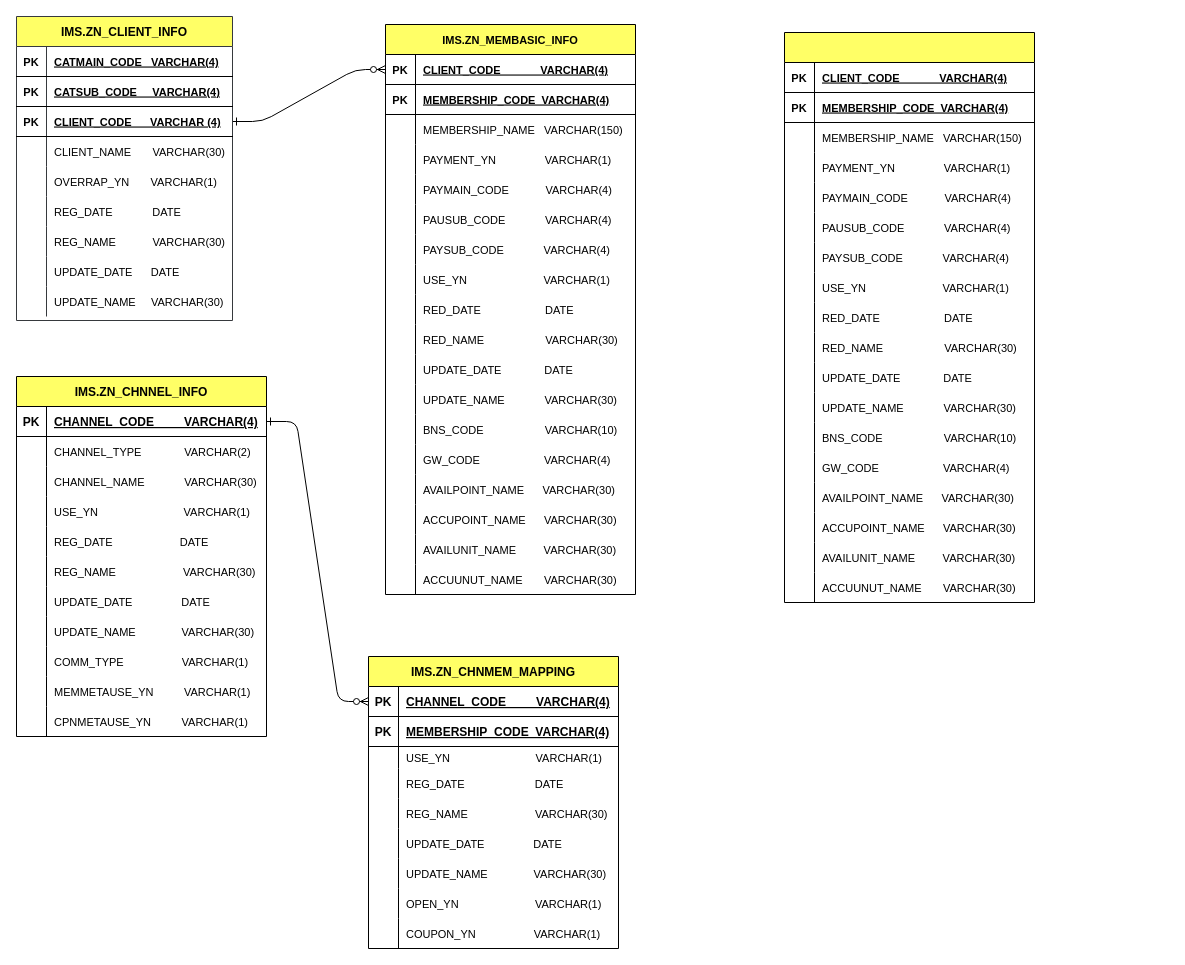
This is Untitled Diagram.drawio from qksl22/Java, a draw.io file, before an edit. Source tidied: cells renumbered, new cells numbered last; positions are measured from the earlier drawing's top-left corner, leaving out a move shared by most shapes. Both pictures are drawn from the tidied source at 100%, with x=0, y=0 at pixel (16, 16).
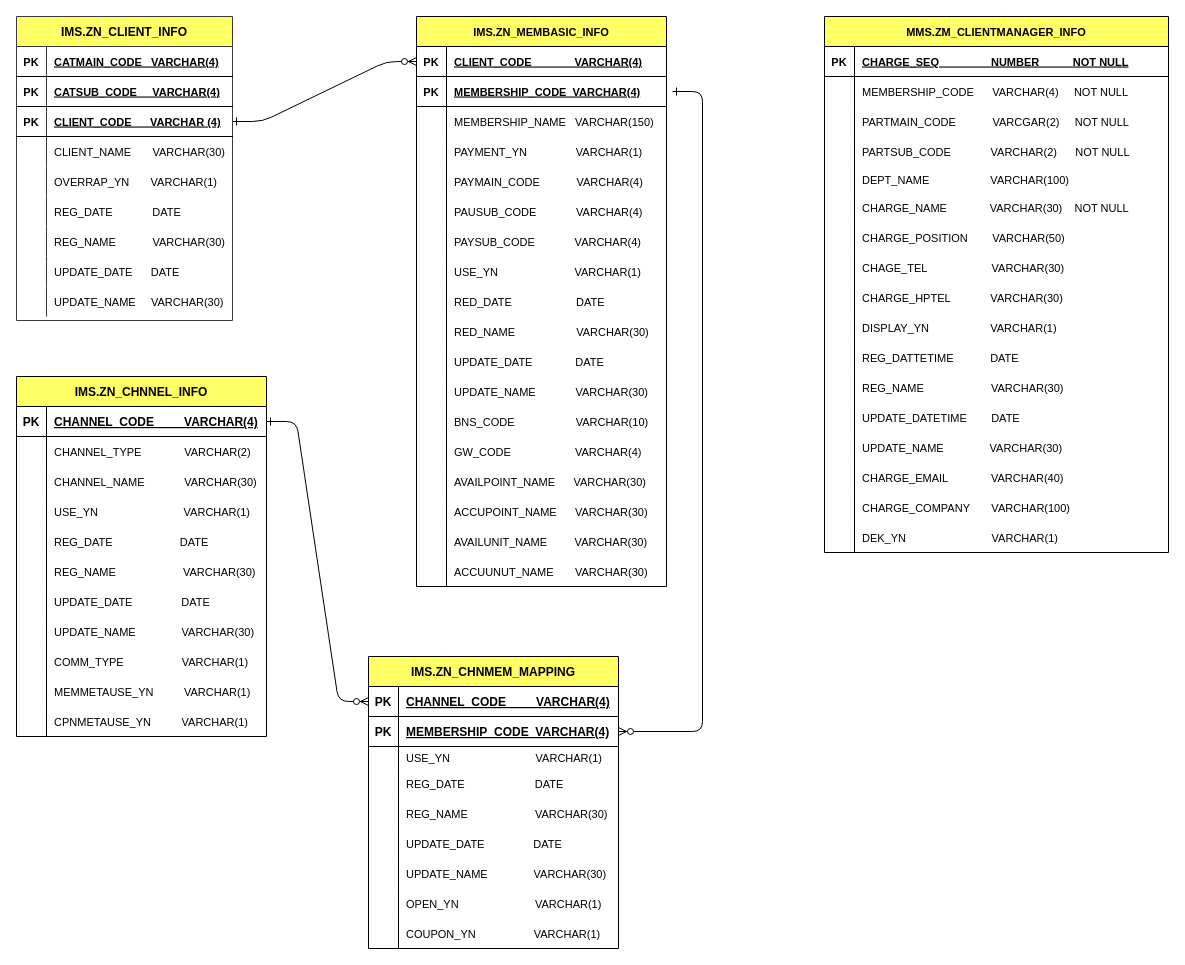
The same diagram, later.

The change refers to these unchanged cells:
```xml
<mxCell id="4" style="shape=partialRectangle;fillColor=none;points=[[0,0.5],[1,0.5]];portConstraint=eastwest;top=0;left=0;right=0;bottom=1;fontSize=11;" parent="3" vertex="1">
  <mxGeometry y="30" width="250" height="30" as="geometry" />
</mxCell>
<mxCell id="90" style="shape=partialRectangle;fillColor=none;points=[[0,0.5],[1,0.5]];portConstraint=eastwest;top=0;left=0;right=0;bottom=1;" parent="86" vertex="1">
  <mxGeometry y="60" width="250" height="30" as="geometry" />
</mxCell>
```

Change to the diagram source:
```diff
@@
     <mxCell id="3" value="IMS.ZN_MEMBASIC_INFO" style="shape=table;startSize=30;childLayout=tableLayout;rowLines=0;fontStyle=1;align=center;fontSize=11;fillColor=#FFFF66;" parent="1" vertex="1">
-      <mxGeometry x="369" y="8" width="250" height="570" as="geometry" />
+      <mxGeometry x="400" width="250" height="570" as="geometry" />
     </mxCell>
@@
-    <mxCell id="6" value="CLIENT_CODE             VARCHAR(4)" style="shape=partialRectangle;overflow=hidden;fillColor=none;top=0;left=0;bottom=0;right=0;align=left;spacingLeft=6;fontStyle=5;fontSize=11;" parent="4" vertex="1">
+    <mxCell id="6" value="CLIENT_CODE              VARCHAR(4)" style="shape=partialRectangle;overflow=hidden;fillColor=none;top=0;left=0;bottom=0;right=0;align=left;spacingLeft=6;fontStyle=5;fontSize=11;" parent="4" vertex="1">
       <mxGeometry x="30" width="220" height="30" as="geometry" />
     </mxCell>
@@
-    <mxCell id="148" style="shape=table;startSize=30;childLayout=tableLayout;rowLines=0;fontStyle=1;align=center;fontSize=11;fillColor=#FFFF66;" parent="1" vertex="1">
-      <mxGeometry x="768" y="16" width="250" height="570" as="geometry" />
+    <mxCell id="148" value="MMS.ZM_CLIENTMANAGER_INFO" style="shape=table;startSize=30;childLayout=tableLayout;rowLines=0;fontStyle=1;align=center;fontSize=11;fillColor=#FFFF66;" parent="1" vertex="1">
+      <mxGeometry x="808" width="344" height="536" as="geometry" />
     </mxCell>
     <mxCell id="149" style="shape=partialRectangle;fillColor=none;top=0;left=0;right=0;bottom=1;fontSize=11;" parent="148" vertex="1">
-      <mxGeometry y="30" width="250" height="30" as="geometry" />
+      <mxGeometry y="30" width="344" height="30" as="geometry" />
     </mxCell>
@@
-    <mxCell id="151" value="CLIENT_CODE             VARCHAR(4)" style="shape=partialRectangle;overflow=hidden;fillColor=none;top=0;left=0;bottom=0;right=0;align=left;spacingLeft=6;fontStyle=5;fontSize=11;" parent="149" vertex="1">
-      <mxGeometry x="30" width="220" height="30" as="geometry" />
+    <mxCell id="151" value="CHARGE_SEQ                 NUMBER           NOT NULL" style="shape=partialRectangle;overflow=hidden;fillColor=none;top=0;left=0;bottom=0;right=0;align=left;spacingLeft=6;fontStyle=5;fontSize=11;" parent="149" vertex="1">
+      <mxGeometry x="30" width="314" height="30" as="geometry" />
     </mxCell>
-    <mxCell id="152" style="shape=partialRectangle;fillColor=none;top=0;left=0;right=0;bottom=1;fontSize=11;" parent="148" vertex="1">
-      <mxGeometry y="60" width="250" height="30" as="geometry" />
-    </mxCell>
-    <mxCell id="153" value="PK" style="shape=partialRectangle;overflow=hidden;fillColor=none;top=0;left=0;bottom=0;right=0;fontStyle=1;fontSize=11;" parent="152" vertex="1">
-      <mxGeometry width="30" height="30" as="geometry" />
-    </mxCell>
-    <mxCell id="154" value="MEMBERSHIP_CODE  VARCHAR(4)" style="shape=partialRectangle;overflow=hidden;fillColor=none;top=0;left=0;bottom=0;right=0;align=left;spacingLeft=6;fontStyle=5;fontSize=11;" parent="152" vertex="1">
-      <mxGeometry x="30" width="220" height="30" as="geometry" />
-    </mxCell>
     <mxCell id="155" style="shape=partialRectangle;fillColor=none;top=0;left=0;right=0;bottom=0;fontSize=11;" parent="148" vertex="1">
-      <mxGeometry y="90" width="250" height="30" as="geometry" />
+      <mxGeometry y="60" width="344" height="30" as="geometry" />
     </mxCell>
@@
-    <mxCell id="157" value="MEMBERSHIP_NAME   VARCHAR(150)" style="shape=partialRectangle;overflow=hidden;fillColor=none;top=0;left=0;bottom=0;right=0;align=left;spacingLeft=6;fontSize=11;" parent="155" vertex="1">
-      <mxGeometry x="30" width="220" height="30" as="geometry" />
+    <mxCell id="157" value="MEMBERSHIP_CODE      VARCHAR(4)     NOT NULL" style="shape=partialRectangle;overflow=hidden;fillColor=none;top=0;left=0;bottom=0;right=0;align=left;spacingLeft=6;fontSize=11;" parent="155" vertex="1">
+      <mxGeometry x="30" width="314" height="30" as="geometry" />
     </mxCell>
     <mxCell id="158" style="shape=partialRectangle;fillColor=none;top=0;left=0;right=0;bottom=0;fontSize=11;" parent="148" vertex="1">
-      <mxGeometry y="120" width="250" height="30" as="geometry" />
+      <mxGeometry y="90" width="344" height="30" as="geometry" />
     </mxCell>
@@
-    <mxCell id="160" value="PAYMENT_YN                VARCHAR(1)" style="shape=partialRectangle;overflow=hidden;fillColor=none;top=0;left=0;bottom=0;right=0;align=left;spacingLeft=6;fontSize=11;" parent="158" vertex="1">
-      <mxGeometry x="30" width="220" height="30" as="geometry" />
+    <mxCell id="160" value="PARTMAIN_CODE            VARCGAR(2)     NOT NULL" style="shape=partialRectangle;overflow=hidden;fillColor=none;top=0;left=0;bottom=0;right=0;align=left;spacingLeft=6;fontSize=11;" parent="158" vertex="1">
+      <mxGeometry x="30" width="314" height="30" as="geometry" />
     </mxCell>
     <mxCell id="161" style="shape=partialRectangle;fillColor=none;top=0;left=0;right=0;bottom=0;fontSize=11;" parent="148" vertex="1">
-      <mxGeometry y="150" width="250" height="30" as="geometry" />
+      <mxGeometry y="120" width="344" height="30" as="geometry" />
     </mxCell>
@@
-    <mxCell id="163" value="PAYMAIN_CODE            VARCHAR(4)" style="shape=partialRectangle;overflow=hidden;fillColor=none;top=0;left=0;bottom=0;right=0;align=left;spacingLeft=6;fontSize=11;" parent="161" vertex="1">
-      <mxGeometry x="30" width="220" height="30" as="geometry" />
+    <mxCell id="163" value="PARTSUB_CODE             VARCHAR(2)      NOT NULL" style="shape=partialRectangle;overflow=hidden;fillColor=none;top=0;left=0;bottom=0;right=0;align=left;spacingLeft=6;fontSize=11;" parent="161" vertex="1">
+      <mxGeometry x="30" width="314" height="30" as="geometry" />
     </mxCell>
     <mxCell id="164" style="shape=partialRectangle;fillColor=none;top=0;left=0;right=0;bottom=0;fontSize=11;" parent="148" vertex="1">
-      <mxGeometry y="180" width="250" height="30" as="geometry" />
+      <mxGeometry y="150" width="344" height="26" as="geometry" />
     </mxCell>
     <mxCell id="165" style="shape=partialRectangle;overflow=hidden;fillColor=none;top=0;left=0;bottom=0;right=0;fontSize=11;" parent="164" vertex="1">
-      <mxGeometry width="30" height="30" as="geometry" />
+      <mxGeometry width="30" height="26" as="geometry" />
     </mxCell>
-    <mxCell id="166" value="PAUSUB_CODE             VARCHAR(4)" style="shape=partialRectangle;overflow=hidden;fillColor=none;top=0;left=0;bottom=0;right=0;align=left;spacingLeft=6;fontSize=11;" parent="164" vertex="1">
-      <mxGeometry x="30" width="220" height="30" as="geometry" />
+    <mxCell id="166" value="DEPT_NAME                    VARCHAR(100)" style="shape=partialRectangle;overflow=hidden;fillColor=none;top=0;left=0;bottom=0;right=0;align=left;spacingLeft=6;fontSize=11;" parent="164" vertex="1">
+      <mxGeometry x="30" width="314" height="26" as="geometry" />
     </mxCell>
     <mxCell id="167" style="shape=partialRectangle;fillColor=none;top=0;left=0;right=0;bottom=0;fontSize=11;" parent="148" vertex="1">
-      <mxGeometry y="210" width="250" height="30" as="geometry" />
+      <mxGeometry y="176" width="344" height="30" as="geometry" />
     </mxCell>
@@
-    <mxCell id="169" value="PAYSUB_CODE             VARCHAR(4)" style="shape=partialRectangle;overflow=hidden;fillColor=none;top=0;left=0;bottom=0;right=0;align=left;spacingLeft=6;fontSize=11;" parent="167" vertex="1">
-      <mxGeometry x="30" width="220" height="30" as="geometry" />
+    <mxCell id="169" value="CHARGE_NAME              VARCHAR(30)    NOT NULL" style="shape=partialRectangle;overflow=hidden;fillColor=none;top=0;left=0;bottom=0;right=0;align=left;spacingLeft=6;fontSize=11;" parent="167" vertex="1">
+      <mxGeometry x="30" width="314" height="30" as="geometry" />
     </mxCell>
     <mxCell id="170" style="shape=partialRectangle;fillColor=none;top=0;left=0;right=0;bottom=0;fontSize=11;" parent="148" vertex="1">
-      <mxGeometry y="240" width="250" height="30" as="geometry" />
+      <mxGeometry y="206" width="344" height="30" as="geometry" />
     </mxCell>
@@
-    <mxCell id="172" value="USE_YN                         VARCHAR(1)" style="shape=partialRectangle;overflow=hidden;fillColor=none;top=0;left=0;bottom=0;right=0;align=left;spacingLeft=6;fontSize=11;" parent="170" vertex="1">
-      <mxGeometry x="30" width="220" height="30" as="geometry" />
+    <mxCell id="172" value="CHARGE_POSITION        VARCHAR(50)" style="shape=partialRectangle;overflow=hidden;fillColor=none;top=0;left=0;bottom=0;right=0;align=left;spacingLeft=6;fontSize=11;" parent="170" vertex="1">
+      <mxGeometry x="30" width="314" height="30" as="geometry" />
     </mxCell>
     <mxCell id="173" style="shape=partialRectangle;fillColor=none;top=0;left=0;right=0;bottom=0;fontSize=11;" parent="148" vertex="1">
-      <mxGeometry y="270" width="250" height="30" as="geometry" />
+      <mxGeometry y="236" width="344" height="30" as="geometry" />
     </mxCell>
@@
-    <mxCell id="175" value="RED_DATE                     DATE" style="shape=partialRectangle;overflow=hidden;fillColor=none;top=0;left=0;bottom=0;right=0;align=left;spacingLeft=6;fontSize=11;" parent="173" vertex="1">
-      <mxGeometry x="30" width="220" height="30" as="geometry" />
+    <mxCell id="175" value="CHAGE_TEL                     VARCHAR(30)" style="shape=partialRectangle;overflow=hidden;fillColor=none;top=0;left=0;bottom=0;right=0;align=left;spacingLeft=6;fontSize=11;" parent="173" vertex="1">
+      <mxGeometry x="30" width="314" height="30" as="geometry" />
     </mxCell>
     <mxCell id="176" style="shape=partialRectangle;fillColor=none;top=0;left=0;right=0;bottom=0;fontSize=11;" parent="148" vertex="1">
-      <mxGeometry y="300" width="250" height="30" as="geometry" />
+      <mxGeometry y="266" width="344" height="30" as="geometry" />
     </mxCell>
@@
-    <mxCell id="178" value="RED_NAME                    VARCHAR(30)" style="shape=partialRectangle;overflow=hidden;fillColor=none;top=0;left=0;bottom=0;right=0;align=left;spacingLeft=6;fontSize=11;" parent="176" vertex="1">
-      <mxGeometry x="30" width="220" height="30" as="geometry" />
+    <mxCell id="178" value="CHARGE_HPTEL             VARCHAR(30)" style="shape=partialRectangle;overflow=hidden;fillColor=none;top=0;left=0;bottom=0;right=0;align=left;spacingLeft=6;fontSize=11;" parent="176" vertex="1">
+      <mxGeometry x="30" width="314" height="30" as="geometry" />
     </mxCell>
     <mxCell id="179" style="shape=partialRectangle;fillColor=none;top=0;left=0;right=0;bottom=0;fontSize=11;" parent="148" vertex="1">
-      <mxGeometry y="330" width="250" height="30" as="geometry" />
+      <mxGeometry y="296" width="344" height="30" as="geometry" />
     </mxCell>
@@
-    <mxCell id="181" value="UPDATE_DATE              DATE" style="shape=partialRectangle;overflow=hidden;fillColor=none;top=0;left=0;bottom=0;right=0;align=left;spacingLeft=6;fontSize=11;" parent="179" vertex="1">
-      <mxGeometry x="30" width="220" height="30" as="geometry" />
+    <mxCell id="181" value="DISPLAY_YN                    VARCHAR(1)" style="shape=partialRectangle;overflow=hidden;fillColor=none;top=0;left=0;bottom=0;right=0;align=left;spacingLeft=6;fontSize=11;" parent="179" vertex="1">
+      <mxGeometry x="30" width="314" height="30" as="geometry" />
     </mxCell>
     <mxCell id="182" style="shape=partialRectangle;fillColor=none;top=0;left=0;right=0;bottom=0;fontSize=11;" parent="148" vertex="1">
-      <mxGeometry y="360" width="250" height="30" as="geometry" />
+      <mxGeometry y="326" width="344" height="30" as="geometry" />
     </mxCell>
@@
-    <mxCell id="184" value="UPDATE_NAME             VARCHAR(30)" style="shape=partialRectangle;overflow=hidden;fillColor=none;top=0;left=0;bottom=0;right=0;align=left;spacingLeft=6;fontSize=11;" parent="182" vertex="1">
-      <mxGeometry x="30" width="220" height="30" as="geometry" />
+    <mxCell id="184" value="REG_DATTETIME            DATE" style="shape=partialRectangle;overflow=hidden;fillColor=none;top=0;left=0;bottom=0;right=0;align=left;spacingLeft=6;fontSize=11;" parent="182" vertex="1">
+      <mxGeometry x="30" width="314" height="30" as="geometry" />
     </mxCell>
     <mxCell id="185" style="shape=partialRectangle;fillColor=none;top=0;left=0;right=0;bottom=0;fontSize=11;" parent="148" vertex="1">
-      <mxGeometry y="390" width="250" height="30" as="geometry" />
+      <mxGeometry y="356" width="344" height="30" as="geometry" />
     </mxCell>
@@
-    <mxCell id="187" value="BNS_CODE                    VARCHAR(10)" style="shape=partialRectangle;overflow=hidden;fillColor=none;top=0;left=0;bottom=0;right=0;align=left;spacingLeft=6;fontSize=11;" parent="185" vertex="1">
-      <mxGeometry x="30" width="220" height="30" as="geometry" />
+    <mxCell id="187" value="REG_NAME                      VARCHAR(30)" style="shape=partialRectangle;overflow=hidden;fillColor=none;top=0;left=0;bottom=0;right=0;align=left;spacingLeft=6;fontSize=11;" parent="185" vertex="1">
+      <mxGeometry x="30" width="314" height="30" as="geometry" />
     </mxCell>
     <mxCell id="188" style="shape=partialRectangle;fillColor=none;top=0;left=0;right=0;bottom=0;fontSize=11;" parent="148" vertex="1">
-      <mxGeometry y="420" width="250" height="30" as="geometry" />
+      <mxGeometry y="386" width="344" height="30" as="geometry" />
     </mxCell>
@@
-    <mxCell id="190" value="GW_CODE                     VARCHAR(4)" style="shape=partialRectangle;overflow=hidden;fillColor=none;top=0;left=0;bottom=0;right=0;align=left;spacingLeft=6;fontSize=11;" parent="188" vertex="1">
-      <mxGeometry x="30" width="220" height="30" as="geometry" />
+    <mxCell id="190" value="UPDATE_DATETIME        DATE" style="shape=partialRectangle;overflow=hidden;fillColor=none;top=0;left=0;bottom=0;right=0;align=left;spacingLeft=6;fontSize=11;" parent="188" vertex="1">
+      <mxGeometry x="30" width="314" height="30" as="geometry" />
     </mxCell>
     <mxCell id="191" style="shape=partialRectangle;fillColor=none;top=0;left=0;right=0;bottom=0;fontSize=11;" parent="148" vertex="1">
-      <mxGeometry y="450" width="250" height="30" as="geometry" />
+      <mxGeometry y="416" width="344" height="30" as="geometry" />
     </mxCell>
@@
-    <mxCell id="193" value="AVAILPOINT_NAME      VARCHAR(30)" style="shape=partialRectangle;overflow=hidden;fillColor=none;top=0;left=0;bottom=0;right=0;align=left;spacingLeft=6;fontSize=11;" parent="191" vertex="1">
-      <mxGeometry x="30" width="220" height="30" as="geometry" />
+    <mxCell id="193" value="UPDATE_NAME               VARCHAR(30)" style="shape=partialRectangle;overflow=hidden;fillColor=none;top=0;left=0;bottom=0;right=0;align=left;spacingLeft=6;fontSize=11;" parent="191" vertex="1">
+      <mxGeometry x="30" width="314" height="30" as="geometry" />
     </mxCell>
     <mxCell id="194" style="shape=partialRectangle;fillColor=none;top=0;left=0;right=0;bottom=0;fontSize=11;" parent="148" vertex="1">
-      <mxGeometry y="480" width="250" height="30" as="geometry" />
+      <mxGeometry y="446" width="344" height="30" as="geometry" />
     </mxCell>
@@
-    <mxCell id="196" value="ACCUPOINT_NAME      VARCHAR(30)" style="shape=partialRectangle;overflow=hidden;fillColor=none;top=0;left=0;bottom=0;right=0;align=left;spacingLeft=6;fontSize=11;" parent="194" vertex="1">
-      <mxGeometry x="30" width="220" height="30" as="geometry" />
+    <mxCell id="196" value="CHARGE_EMAIL              VARCHAR(40)" style="shape=partialRectangle;overflow=hidden;fillColor=none;top=0;left=0;bottom=0;right=0;align=left;spacingLeft=6;fontSize=11;" parent="194" vertex="1">
+      <mxGeometry x="30" width="314" height="30" as="geometry" />
     </mxCell>
     <mxCell id="197" style="shape=partialRectangle;fillColor=none;top=0;left=0;right=0;bottom=0;fontSize=11;" parent="148" vertex="1">
-      <mxGeometry y="510" width="250" height="30" as="geometry" />
+      <mxGeometry y="476" width="344" height="30" as="geometry" />
     </mxCell>
@@
-    <mxCell id="199" value="AVAILUNIT_NAME         VARCHAR(30)" style="shape=partialRectangle;overflow=hidden;fillColor=none;top=0;left=0;bottom=0;right=0;align=left;spacingLeft=6;fontSize=11;" parent="197" vertex="1">
-      <mxGeometry x="30" width="220" height="30" as="geometry" />
+    <mxCell id="199" value="CHARGE_COMPANY       VARCHAR(100)" style="shape=partialRectangle;overflow=hidden;fillColor=none;top=0;left=0;bottom=0;right=0;align=left;spacingLeft=6;fontSize=11;" parent="197" vertex="1">
+      <mxGeometry x="30" width="314" height="30" as="geometry" />
     </mxCell>
     <mxCell id="200" style="shape=partialRectangle;fillColor=none;top=0;left=0;right=0;bottom=0;fontSize=11;" parent="148" vertex="1">
-      <mxGeometry y="540" width="250" height="30" as="geometry" />
+      <mxGeometry y="506" width="344" height="30" as="geometry" />
     </mxCell>
@@
-    <mxCell id="202" value="ACCUUNUT_NAME       VARCHAR(30)" style="shape=partialRectangle;overflow=hidden;fillColor=none;top=0;left=0;bottom=0;right=0;align=left;spacingLeft=6;fontSize=11;" parent="200" vertex="1">
-      <mxGeometry x="30" width="220" height="30" as="geometry" />
+    <mxCell id="202" value="DEK_YN                            VARCHAR(1)" style="shape=partialRectangle;overflow=hidden;fillColor=none;top=0;left=0;bottom=0;right=0;align=left;spacingLeft=6;fontSize=11;" parent="200" vertex="1">
+      <mxGeometry x="30" width="314" height="30" as="geometry" />
     </mxCell>
@@
+    <mxCell id="204" style="edgeStyle=entityRelationEdgeStyle;endArrow=ERzeroToMany;startArrow=ERone;endFill=1;startFill=0;fontSize=11;entryX=1;entryY=0.5;entryDx=0;entryDy=0;" parent="1" edge="1" target="90">
+      <mxGeometry relative="1" as="geometry">
+        <mxPoint x="656" y="75" as="sourcePoint" />
+      </mxGeometry>
+    </mxCell>
```
